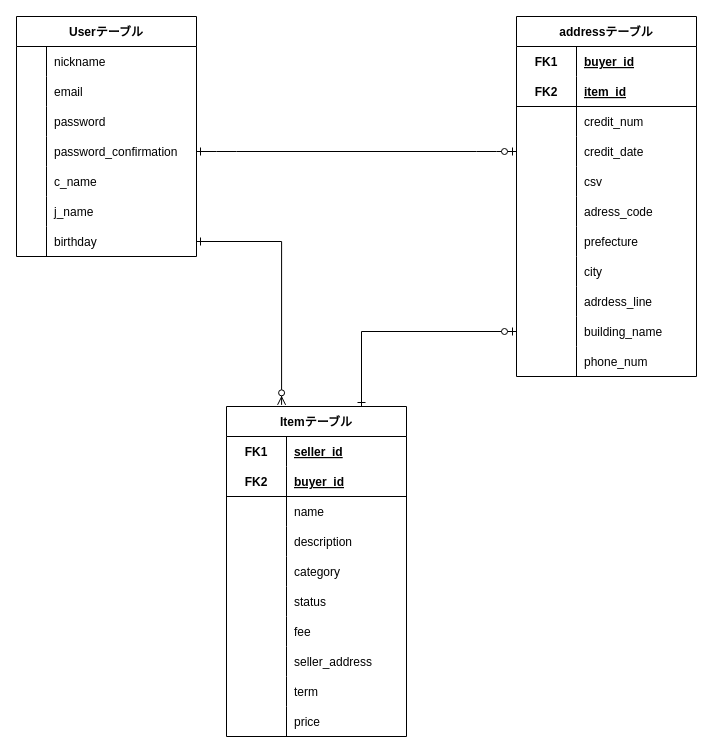
Earlier version of the draw.io diagram furima.dio (tochisuke221/furima-35388). Source tidied: cells renumbered, new cells numbered last; positions are measured from the earlier drawing's top-left corner, leaving out a move shared by most shapes. Both pictures are drawn from the tidied source at 100%, with x=0, y=0 at pixel (16, 16).
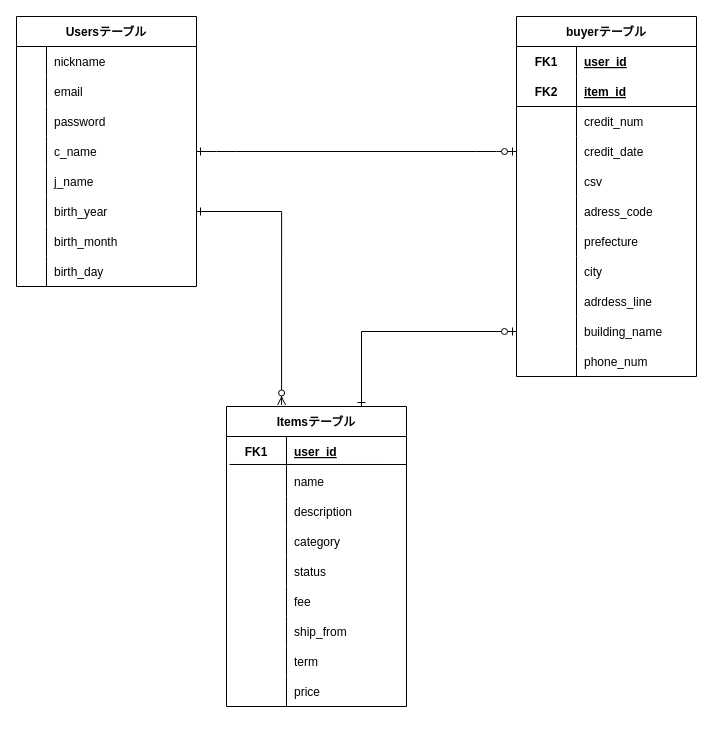
Above is the later version.

Commit message (it also covers changes not shown here):
READMEとER図の作成

The change refers to these unchanged cells:
```xml
<mxCell id="3" style="shape=partialRectangle;fillColor=none;top=0;left=0;bottom=0;right=0;" parent="2" vertex="1">
  <mxGeometry y="30" width="180" height="30" as="geometry" />
</mxCell>
<mxCell id="56" style="shape=partialRectangle;fillColor=none;top=0;left=0;bottom=0;right=0;" parent="55" vertex="1">
  <mxGeometry y="30" width="180" height="30" as="geometry" />
</mxCell>
<mxCell id="65" style="shape=partialRectangle;fillColor=none;top=0;left=0;bottom=0;right=0;points=[[0,0.5],[1,0.5]];portConstraint=eastwest;" parent="55" vertex="1">
  <mxGeometry y="120" width="180" height="30" as="geometry" />
</mxCell>
```

Change to the diagram source:
```diff
@@
-    <mxCell id="2" value="Itemテーブル" style="shape=table;startSize=30;childLayout=tableLayout;rowLines=0;fontStyle=1;align=center;" parent="1" vertex="1">
-      <mxGeometry x="210" y="390" width="180" height="330" as="geometry" />
+    <mxCell id="2" value="Itemsテーブル" style="shape=table;startSize=30;childLayout=tableLayout;rowLines=0;fontStyle=1;align=center;" parent="1" vertex="1">
+      <mxGeometry x="210" y="390" width="180" height="300" as="geometry" />
     </mxCell>
@@
-    <mxCell id="5" value="seller_id" style="shape=partialRectangle;fillColor=none;top=0;left=0;bottom=0;right=0;align=left;spacingLeft=6;fontStyle=5;overflow=hidden;" parent="3" vertex="1">
+    <mxCell id="5" value="user_id" style="shape=partialRectangle;fillColor=none;top=0;left=0;bottom=0;right=0;align=left;spacingLeft=6;fontStyle=5;overflow=hidden;strokeColor=none;" parent="3" vertex="1">
       <mxGeometry x="60" width="120" height="30" as="geometry" />
     </mxCell>
-    <mxCell id="6" style="shape=partialRectangle;fillColor=none;top=0;left=0;bottom=1;right=0;" parent="2" vertex="1">
-      <mxGeometry y="60" width="180" height="30" as="geometry" />
-    </mxCell>
-    <mxCell id="7" value="FK2" style="shape=partialRectangle;fillColor=none;top=0;left=0;bottom=0;right=0;fontStyle=1;overflow=hidden;" parent="6" vertex="1">
-      <mxGeometry width="60" height="30" as="geometry" />
-    </mxCell>
-    <mxCell id="8" value="buyer_id" style="shape=partialRectangle;fillColor=none;top=0;left=0;bottom=0;right=0;align=left;spacingLeft=6;fontStyle=5;overflow=hidden;" parent="6" vertex="1">
-      <mxGeometry x="60" width="120" height="30" as="geometry" />
-    </mxCell>
     <mxCell id="9" style="shape=partialRectangle;fillColor=none;top=0;left=0;bottom=0;right=0;points=[[0,0.5],[1,0.5]];portConstraint=eastwest;" parent="2" vertex="1">
-      <mxGeometry y="90" width="180" height="30" as="geometry" />
+      <mxGeometry y="60" width="180" height="30" as="geometry" />
     </mxCell>
@@
     <mxCell id="12" style="shape=partialRectangle;fillColor=none;top=0;left=0;bottom=0;right=0;" parent="2" vertex="1">
-      <mxGeometry y="120" width="180" height="30" as="geometry" />
+      <mxGeometry y="90" width="180" height="30" as="geometry" />
     </mxCell>
@@
     <mxCell id="15" style="shape=partialRectangle;fillColor=none;top=0;left=0;bottom=0;right=0;" parent="2" vertex="1">
-      <mxGeometry y="150" width="180" height="30" as="geometry" />
+      <mxGeometry y="120" width="180" height="30" as="geometry" />
     </mxCell>
@@
     <mxCell id="18" style="shape=partialRectangle;fillColor=none;top=0;left=0;bottom=0;right=0;" parent="2" vertex="1">
-      <mxGeometry y="180" width="180" height="30" as="geometry" />
+      <mxGeometry y="150" width="180" height="30" as="geometry" />
     </mxCell>
@@
     <mxCell id="21" style="shape=partialRectangle;fillColor=none;top=0;left=0;bottom=0;right=0;" parent="2" vertex="1">
-      <mxGeometry y="210" width="180" height="30" as="geometry" />
+      <mxGeometry y="180" width="180" height="30" as="geometry" />
     </mxCell>
@@
     <mxCell id="24" style="shape=partialRectangle;fillColor=none;top=0;left=0;bottom=0;right=0;" parent="2" vertex="1">
-      <mxGeometry y="240" width="180" height="30" as="geometry" />
+      <mxGeometry y="210" width="180" height="30" as="geometry" />
     </mxCell>
@@
-    <mxCell id="26" value="seller_address" style="shape=partialRectangle;fillColor=none;top=0;left=0;bottom=0;right=0;align=left;spacingLeft=6;overflow=hidden;" parent="24" vertex="1">
+    <mxCell id="26" value="ship_from" style="shape=partialRectangle;fillColor=none;top=0;left=0;bottom=0;right=0;align=left;spacingLeft=6;overflow=hidden;" parent="24" vertex="1">
       <mxGeometry x="60" width="120" height="30" as="geometry" />
     </mxCell>
     <mxCell id="27" style="shape=partialRectangle;fillColor=none;top=0;left=0;bottom=0;right=0;" parent="2" vertex="1">
-      <mxGeometry y="270" width="180" height="30" as="geometry" />
+      <mxGeometry y="240" width="180" height="30" as="geometry" />
     </mxCell>
@@
     <mxCell id="30" style="shape=partialRectangle;fillColor=none;top=0;left=0;bottom=0;right=0;" parent="2" vertex="1">
-      <mxGeometry y="300" width="180" height="30" as="geometry" />
+      <mxGeometry y="270" width="180" height="30" as="geometry" />
     </mxCell>
@@
-    <mxCell id="33" value="Userテーブル" style="shape=table;startSize=30;childLayout=tableLayout;rowLines=0;fontStyle=1;align=center;" parent="1" vertex="1">
-      <mxGeometry width="180" height="240" as="geometry" />
+    <mxCell id="33" value="Usersテーブル" style="shape=table;startSize=30;childLayout=tableLayout;rowLines=0;fontStyle=1;align=center;" parent="1" vertex="1">
+      <mxGeometry width="180" height="270" as="geometry" />
     </mxCell>
@@
-    <mxCell id="43" style="shape=partialRectangle;fillColor=none;top=0;left=0;bottom=0;right=0;points=[[0,0.5],[1,0.5]];portConstraint=eastwest;" parent="33" vertex="1">
-      <mxGeometry y="120" width="180" height="30" as="geometry" />
-    </mxCell>
-    <mxCell id="44" style="shape=partialRectangle;fillColor=none;top=0;left=0;bottom=0;right=0;overflow=hidden;" parent="43" vertex="1">
-      <mxGeometry width="30" height="30" as="geometry" />
-    </mxCell>
-    <mxCell id="45" value="password_confirmation" style="shape=partialRectangle;fillColor=none;top=0;left=0;bottom=0;right=0;align=left;spacingLeft=6;overflow=hidden;" parent="43" vertex="1">
-      <mxGeometry x="30" width="150" height="30" as="geometry" />
-    </mxCell>
     <mxCell id="46" style="shape=partialRectangle;fillColor=none;top=0;left=0;bottom=0;right=0;points=[[0,0.5],[1,0.5]];portConstraint=eastwest;" parent="33" vertex="1">
-      <mxGeometry y="150" width="180" height="30" as="geometry" />
+      <mxGeometry y="120" width="180" height="30" as="geometry" />
     </mxCell>
@@
     <mxCell id="49" style="shape=partialRectangle;fillColor=none;top=0;left=0;bottom=0;right=0;" parent="33" vertex="1">
-      <mxGeometry y="180" width="180" height="30" as="geometry" />
+      <mxGeometry y="150" width="180" height="30" as="geometry" />
     </mxCell>
@@
     <mxCell id="52" style="shape=partialRectangle;fillColor=none;top=0;left=0;bottom=0;right=0;points=[[0,0.5],[1,0.5]];portConstraint=eastwest;" parent="33" vertex="1">
-      <mxGeometry y="210" width="180" height="30" as="geometry" />
+      <mxGeometry y="180" width="180" height="30" as="geometry" />
     </mxCell>
@@
-    <mxCell id="54" value="birthday" style="shape=partialRectangle;fillColor=none;top=0;left=0;bottom=0;right=0;align=left;spacingLeft=6;overflow=hidden;" parent="52" vertex="1">
+    <mxCell id="54" value="birth_year" style="shape=partialRectangle;fillColor=none;top=0;left=0;bottom=0;right=0;align=left;spacingLeft=6;overflow=hidden;" parent="52" vertex="1">
       <mxGeometry x="30" width="150" height="30" as="geometry" />
     </mxCell>
+    <mxCell id="93" style="shape=partialRectangle;fillColor=none;top=0;left=0;bottom=0;right=0;" parent="33" vertex="1">
+      <mxGeometry y="210" width="180" height="30" as="geometry" />
+    </mxCell>
+    <mxCell id="94" style="shape=partialRectangle;fillColor=none;top=0;left=0;bottom=0;right=0;overflow=hidden;" parent="93" vertex="1">
+      <mxGeometry width="30" height="30" as="geometry" />
+    </mxCell>
+    <mxCell id="95" value="birth_month" style="shape=partialRectangle;fillColor=none;top=0;left=0;bottom=0;right=0;align=left;spacingLeft=6;overflow=hidden;" parent="93" vertex="1">
+      <mxGeometry x="30" width="150" height="30" as="geometry" />
+    </mxCell>
+    <mxCell id="96" style="shape=partialRectangle;fillColor=none;top=0;left=0;bottom=0;right=0;" parent="33" vertex="1">
+      <mxGeometry y="240" width="180" height="30" as="geometry" />
+    </mxCell>
+    <mxCell id="97" style="shape=partialRectangle;fillColor=none;top=0;left=0;bottom=0;right=0;overflow=hidden;" parent="96" vertex="1">
+      <mxGeometry width="30" height="30" as="geometry" />
+    </mxCell>
+    <mxCell id="98" value="birth_day" style="shape=partialRectangle;fillColor=none;top=0;left=0;bottom=0;right=0;align=left;spacingLeft=6;overflow=hidden;" parent="96" vertex="1">
+      <mxGeometry x="30" width="150" height="30" as="geometry" />
+    </mxCell>
-    <mxCell id="55" value="addressテーブル" style="shape=table;startSize=30;childLayout=tableLayout;rowLines=0;fontStyle=1;align=center;" parent="1" vertex="1">
+    <mxCell id="55" value="buyerテーブル" style="shape=table;startSize=30;childLayout=tableLayout;rowLines=0;fontStyle=1;align=center;" parent="1" vertex="1">
       <mxGeometry x="500" width="180" height="360" as="geometry" />
     </mxCell>
@@
-    <mxCell id="58" value="buyer_id" style="shape=partialRectangle;fillColor=none;top=0;left=0;bottom=0;right=0;align=left;spacingLeft=6;fontStyle=5;overflow=hidden;" parent="56" vertex="1">
+    <mxCell id="58" value="user_id" style="shape=partialRectangle;fillColor=none;top=0;left=0;bottom=0;right=0;align=left;spacingLeft=6;fontStyle=5;overflow=hidden;" parent="56" vertex="1">
       <mxGeometry x="60" width="120" height="30" as="geometry" />
     </mxCell>
@@
-    <mxCell id="90" style="edgeStyle=entityRelationEdgeStyle;fontSize=12;html=1;endArrow=ERzeroToOne;exitX=1;exitY=0.5;exitDx=0;exitDy=0;entryX=0;entryY=0.5;entryDx=0;entryDy=0;startArrow=ERone;startFill=0;endFill=1;" parent="1" edge="1" source="43" target="65">
+    <mxCell id="90" style="edgeStyle=entityRelationEdgeStyle;fontSize=12;html=1;endArrow=ERzeroToOne;exitX=1;exitY=0.5;exitDx=0;exitDy=0;entryX=0;entryY=0.5;entryDx=0;entryDy=0;startArrow=ERone;startFill=0;endFill=1;" parent="1" edge="1" source="46" target="65">
       <mxGeometry relative="1" as="geometry" />
     </mxCell>
@@
+    <mxCell id="99" style="endArrow=none;html=1;exitX=0.017;exitY=-0.067;exitDx=0;exitDy=0;exitPerimeter=0;" parent="1" edge="1" source="9">
+      <mxGeometry relative="1" as="geometry">
+        <mxPoint x="390" y="448" as="targetPoint" />
+      </mxGeometry>
+    </mxCell>
```
